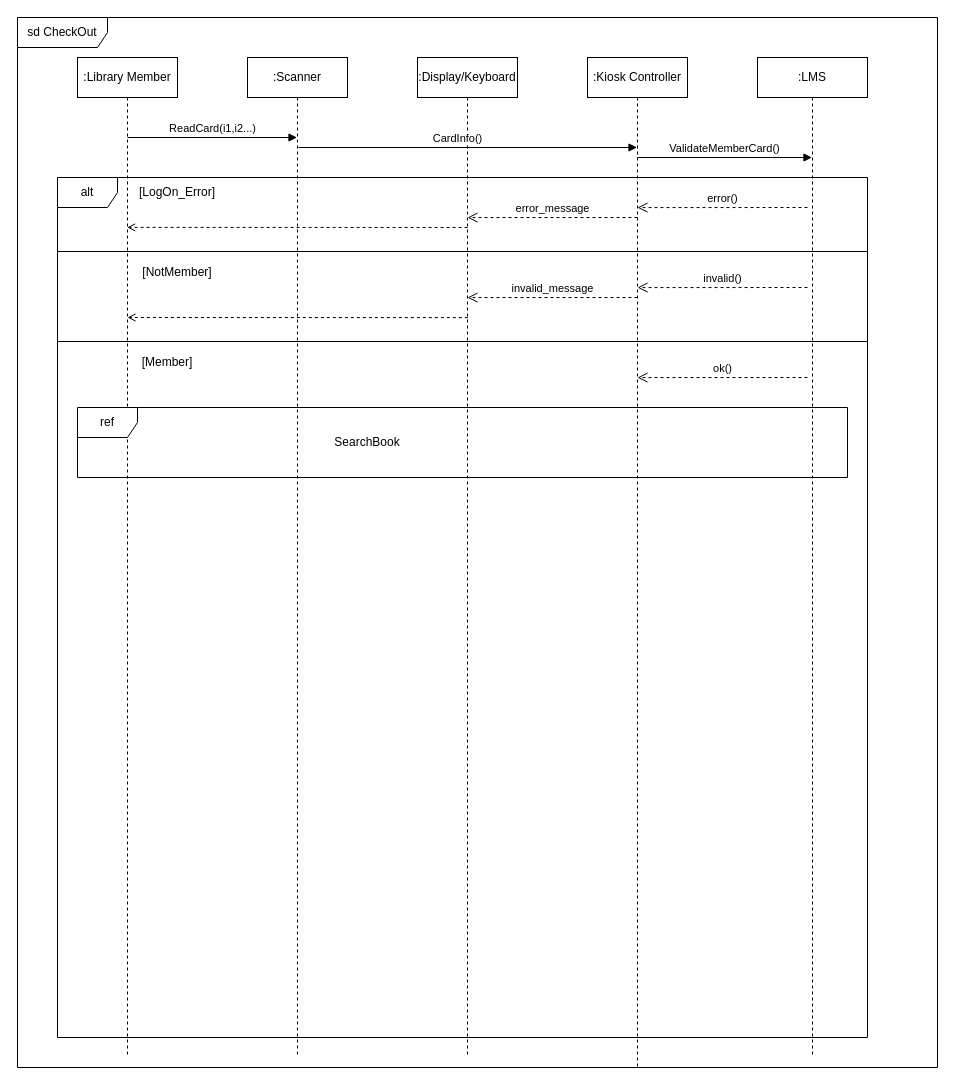
This is Sequence.drawio from CS6359-OOAD/Assignments, a draw.io file, before an edit. Source tidied: cells renumbered, new cells numbered last; positions are measured from the earlier drawing's top-left corner, leaving out a move shared by most shapes. Both pictures are drawn from the tidied source at 100%, with x=0, y=0 at pixel (17, 17).
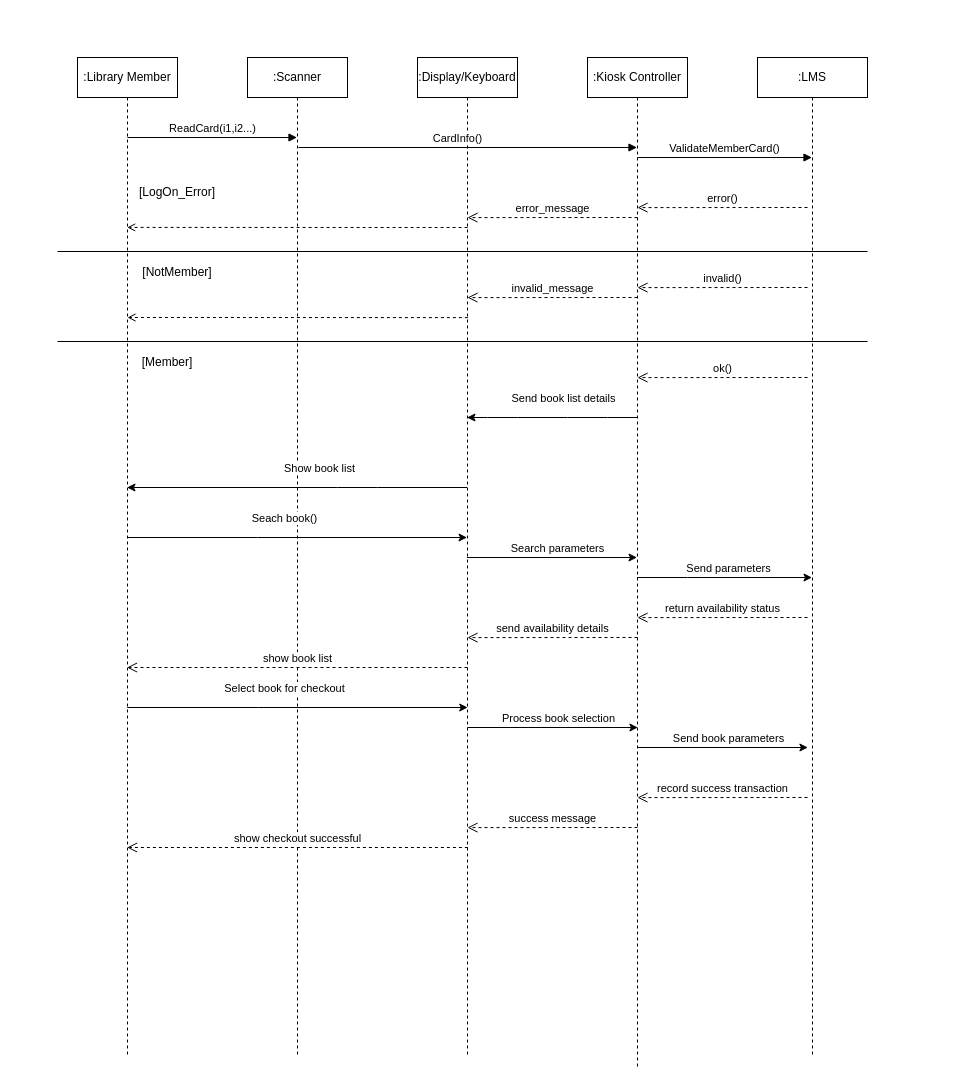
The same diagram, later.

The change refers to these unchanged cells:
```xml
<mxCell id="3" value=":Library Member" style="shape=umlLifeline;perimeter=lifelinePerimeter;whiteSpace=wrap;html=1;outlineConnect=0;" parent="1" vertex="1">
  <mxGeometry x="60" y="40" width="100" height="1000" as="geometry" />
</mxCell>
<mxCell id="4" value=":Scanner" style="shape=umlLifeline;perimeter=lifelinePerimeter;whiteSpace=wrap;html=1;outlineConnect=0;" parent="1" vertex="1">
  <mxGeometry x="230" y="40" width="100" height="1000" as="geometry" />
</mxCell>
<mxCell id="5" value=":Display/Keyboard" style="shape=umlLifeline;perimeter=lifelinePerimeter;whiteSpace=wrap;html=1;outlineConnect=0;" parent="1" vertex="1">
  <mxGeometry x="400" y="40" width="100" height="1000" as="geometry" />
</mxCell>
<mxCell id="7" value=":Kiosk Controller" style="shape=umlLifeline;perimeter=lifelinePerimeter;whiteSpace=wrap;html=1;outlineConnect=0;" parent="1" vertex="1">
  <mxGeometry x="570" y="40" width="100" height="1010" as="geometry" />
</mxCell>
<mxCell id="8" value=":LMS" style="shape=umlLifeline;perimeter=lifelinePerimeter;whiteSpace=wrap;html=1;outlineConnect=0;" parent="1" vertex="1">
  <mxGeometry x="740" y="40" width="110" height="1000" as="geometry" />
</mxCell>
```

The edit, as a diff of the source:
```diff
@@
-    <mxCell id="2" value="sd CheckOut" style="shape=umlFrame;whiteSpace=wrap;html=1;width=90;height=30;" parent="1" vertex="1">
-      <mxGeometry width="920" height="1050" as="geometry" />
-    </mxCell>
@@
+    <mxCell id="26" style="endArrow=classic;html=1;rounded=0;" parent="4" edge="1">
+      <mxGeometry relative="1" as="geometry">
+        <mxPoint x="-120.2" y="650" as="sourcePoint" />
+        <mxPoint x="220.2" y="650" as="targetPoint" />
+        <Array as="points">
+          <mxPoint x="10.7" y="650" />
+        </Array>
+      </mxGeometry>
+    </mxCell>
+    <mxCell id="27" value="Select book for checkout" style="edgeLabel;html=1;align=center;verticalAlign=middle;" parent="26" vertex="1">
+      <mxGeometry x="-0.07" y="4" relative="1" as="geometry">
+        <mxPoint x="-1" y="-16" as="offset" />
+      </mxGeometry>
+    </mxCell>
@@
+    <mxCell id="28" value="success message" style="html=1;verticalAlign=bottom;endArrow=open;dashed=1;endSize=8;rounded=0;entryX=0.716;entryY=0.035;entryDx=0;entryDy=0;entryPerimeter=0;endFill=0;" parent="5" edge="1">
+      <mxGeometry relative="1" as="geometry">
+        <mxPoint x="220" y="770" as="sourcePoint" />
+        <mxPoint x="50" y="770.1" as="targetPoint" />
+      </mxGeometry>
+    </mxCell>
@@
-    <mxCell id="9" value="alt" style="shape=umlFrame;whiteSpace=wrap;html=1;" parent="8" vertex="1">
-      <mxGeometry x="-700" y="120" width="810" height="860" as="geometry" />
-    </mxCell>
-    <mxCell id="10" value="error()" style="html=1;verticalAlign=bottom;endArrow=open;dashed=1;endSize=8;rounded=0;entryX=0.716;entryY=0.035;entryDx=0;entryDy=0;entryPerimeter=0;endFill=0;" parent="8" edge="1" target="9">
+    <mxCell id="10" value="error()" style="html=1;verticalAlign=bottom;endArrow=open;dashed=1;endSize=8;rounded=0;entryX=0.716;entryY=0.035;entryDx=0;entryDy=0;entryPerimeter=0;endFill=0;" parent="8" edge="1">
       <mxGeometry relative="1" as="geometry">
         <mxPoint x="50" y="150" as="sourcePoint" />
+        <mxPoint x="-120" y="150.1" as="targetPoint" />
       </mxGeometry>
     </mxCell>
-    <mxCell id="11" style="endArrow=open;html=1;rounded=0;exitX=0.716;exitY=0.2;exitDx=0;exitDy=0;exitPerimeter=0;entryX=0.086;entryY=0.058;entryDx=0;entryDy=0;entryPerimeter=0;endFill=0;dashed=1;" parent="8" edge="1" target="9">
+    <mxCell id="11" style="endArrow=open;html=1;rounded=0;exitX=0.716;exitY=0.2;exitDx=0;exitDy=0;exitPerimeter=0;entryX=0.086;entryY=0.058;entryDx=0;entryDy=0;entryPerimeter=0;endFill=0;dashed=1;" parent="8" edge="1">
       <mxGeometry relative="1" as="geometry">
         <mxPoint x="-289.9" y="170" as="sourcePoint" />
+        <mxPoint x="-630.3" y="169.9" as="targetPoint" />
       </mxGeometry>
     </mxCell>
@@
+    <mxCell id="29" style="endArrow=classic;html=1;rounded=0;" parent="8" edge="1">
+      <mxGeometry relative="1" as="geometry">
+        <mxPoint x="-120" y="690" as="sourcePoint" />
+        <mxPoint x="50.4" y="690" as="targetPoint" />
+      </mxGeometry>
+    </mxCell>
+    <mxCell id="30" value="Send book parameters" style="edgeLabel;html=1;align=center;verticalAlign=middle;" parent="29" vertex="1">
+      <mxGeometry x="-0.54" y="-6" relative="1" as="geometry">
+        <mxPoint x="51" y="-16" as="offset" />
+      </mxGeometry>
+    </mxCell>
@@
-    <mxCell id="24" value="ref" style="shape=umlFrame;whiteSpace=wrap;html=1;" parent="1" vertex="1">
-      <mxGeometry x="60" y="390" width="770" height="70" as="geometry" />
-    </mxCell>
-    <mxCell id="25" value="SearchBook" style="text;html=1;strokeColor=none;fillColor=none;align=center;verticalAlign=middle;whiteSpace=wrap;rounded=0;" parent="1" vertex="1">
-      <mxGeometry x="320" y="410" width="60" height="30" as="geometry" />
-    </mxCell>
+    <mxCell id="31" style="endArrow=classic;html=1;rounded=0;" parent="1" edge="1" source="7" target="5">
+      <mxGeometry relative="1" as="geometry">
+        <Array as="points">
+          <mxPoint x="590" y="400" />
+          <mxPoint x="550" y="400" />
+          <mxPoint x="500" y="400" />
+          <mxPoint x="470" y="400" />
+        </Array>
+      </mxGeometry>
+    </mxCell>
+    <mxCell id="32" value="Send book list details" style="edgeLabel;html=1;align=center;verticalAlign=middle;" parent="31" vertex="1">
+      <mxGeometry x="-0.13" y="1" relative="1" as="geometry">
+        <mxPoint y="-21" as="offset" />
+      </mxGeometry>
+    </mxCell>
+    <mxCell id="33" style="endArrow=classic;html=1;rounded=0;" parent="1" edge="1" source="5" target="3">
+      <mxGeometry relative="1" as="geometry">
+        <Array as="points">
+          <mxPoint x="360" y="470" />
+          <mxPoint x="320" y="470" />
+        </Array>
+      </mxGeometry>
+    </mxCell>
+    <mxCell id="34" value="Show book list" style="edgeLabel;html=1;align=center;verticalAlign=middle;" parent="33" vertex="1">
+      <mxGeometry x="-0.13" y="1" relative="1" as="geometry">
+        <mxPoint y="-21" as="offset" />
+      </mxGeometry>
+    </mxCell>
+    <mxCell id="35" style="endArrow=classic;html=1;rounded=0;" parent="1" edge="1" source="3" target="5">
+      <mxGeometry relative="1" as="geometry">
+        <Array as="points">
+          <mxPoint x="240" y="520" />
+        </Array>
+      </mxGeometry>
+    </mxCell>
+    <mxCell id="36" value="Seach book()" style="edgeLabel;html=1;align=center;verticalAlign=middle;" parent="35" vertex="1">
+      <mxGeometry x="-0.07" y="4" relative="1" as="geometry">
+        <mxPoint x="-1" y="-16" as="offset" />
+      </mxGeometry>
+    </mxCell>
+    <mxCell id="37" style="endArrow=classic;html=1;rounded=0;" parent="1" edge="1" source="5" target="7">
+      <mxGeometry relative="1" as="geometry" />
+    </mxCell>
+    <mxCell id="38" value="Search parameters" style="edgeLabel;html=1;align=center;verticalAlign=middle;" parent="37" vertex="1">
+      <mxGeometry x="-0.54" y="-6" relative="1" as="geometry">
+        <mxPoint x="51" y="-16" as="offset" />
+      </mxGeometry>
+    </mxCell>
+    <mxCell id="39" style="endArrow=classic;html=1;rounded=0;" parent="1" edge="1" source="7" target="8">
+      <mxGeometry relative="1" as="geometry">
+        <Array as="points">
+          <mxPoint x="670" y="560" />
+        </Array>
+      </mxGeometry>
+    </mxCell>
+    <mxCell id="40" value="Send parameters" style="edgeLabel;html=1;align=center;verticalAlign=middle;" parent="39" vertex="1">
+      <mxGeometry x="-0.54" y="-6" relative="1" as="geometry">
+        <mxPoint x="51" y="-16" as="offset" />
+      </mxGeometry>
+    </mxCell>
+    <mxCell id="41" value="return availability status" style="html=1;verticalAlign=bottom;endArrow=open;dashed=1;endSize=8;rounded=0;entryX=0.716;entryY=0.035;entryDx=0;entryDy=0;entryPerimeter=0;endFill=0;" parent="1" edge="1">
+      <mxGeometry relative="1" as="geometry">
+        <mxPoint x="790" y="600" as="sourcePoint" />
+        <mxPoint x="620" y="600.1" as="targetPoint" />
+      </mxGeometry>
+    </mxCell>
+    <mxCell id="42" value="send availability details" style="html=1;verticalAlign=bottom;endArrow=open;dashed=1;endSize=8;rounded=0;entryX=0.716;entryY=0.035;entryDx=0;entryDy=0;entryPerimeter=0;endFill=0;" parent="1" edge="1">
+      <mxGeometry relative="1" as="geometry">
+        <mxPoint x="620" y="620" as="sourcePoint" />
+        <mxPoint x="450" y="620.1" as="targetPoint" />
+      </mxGeometry>
+    </mxCell>
+    <mxCell id="43" value="show book list" style="html=1;verticalAlign=bottom;endArrow=open;dashed=1;endSize=8;rounded=0;endFill=0;" parent="1" edge="1" target="3">
+      <mxGeometry relative="1" as="geometry">
+        <mxPoint x="450" y="650" as="sourcePoint" />
+      </mxGeometry>
+    </mxCell>
+    <mxCell id="44" style="endArrow=classic;html=1;rounded=0;" parent="1" edge="1">
+      <mxGeometry relative="1" as="geometry">
+        <mxPoint x="450" y="710" as="sourcePoint" />
+        <mxPoint x="620.4" y="710" as="targetPoint" />
+      </mxGeometry>
+    </mxCell>
+    <mxCell id="45" value="Process book selection" style="edgeLabel;html=1;align=center;verticalAlign=middle;" parent="44" vertex="1">
+      <mxGeometry x="-0.54" y="-6" relative="1" as="geometry">
+        <mxPoint x="51" y="-16" as="offset" />
+      </mxGeometry>
+    </mxCell>
+    <mxCell id="46" value="record success transaction" style="html=1;verticalAlign=bottom;endArrow=open;dashed=1;endSize=8;rounded=0;entryX=0.716;entryY=0.035;entryDx=0;entryDy=0;entryPerimeter=0;endFill=0;" parent="1" edge="1">
+      <mxGeometry relative="1" as="geometry">
+        <mxPoint x="790" y="780" as="sourcePoint" />
+        <mxPoint x="620" y="780.1" as="targetPoint" />
+      </mxGeometry>
+    </mxCell>
+    <mxCell id="47" value="show checkout successful" style="html=1;verticalAlign=bottom;endArrow=open;dashed=1;endSize=8;rounded=0;endFill=0;" parent="1" edge="1">
+      <mxGeometry relative="1" as="geometry">
+        <mxPoint x="450.4" y="830" as="sourcePoint" />
+        <mxPoint x="109.6" y="830" as="targetPoint" />
+      </mxGeometry>
+    </mxCell>
```
